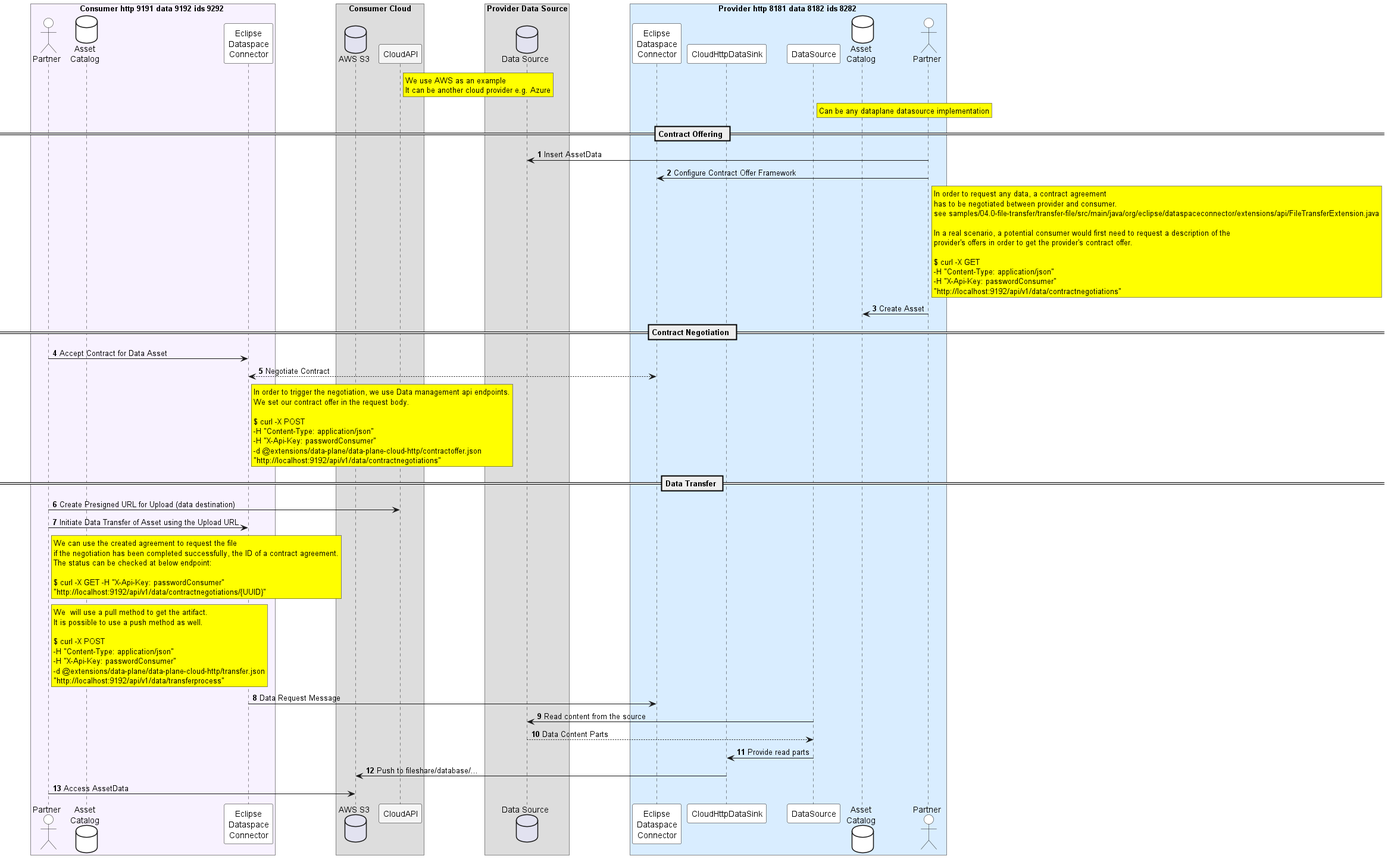
The PlantUML diagram extensions/data-plane/data-plane-cloud-http/docs/flow.png in eclipse-edc/Connector, before a commit.
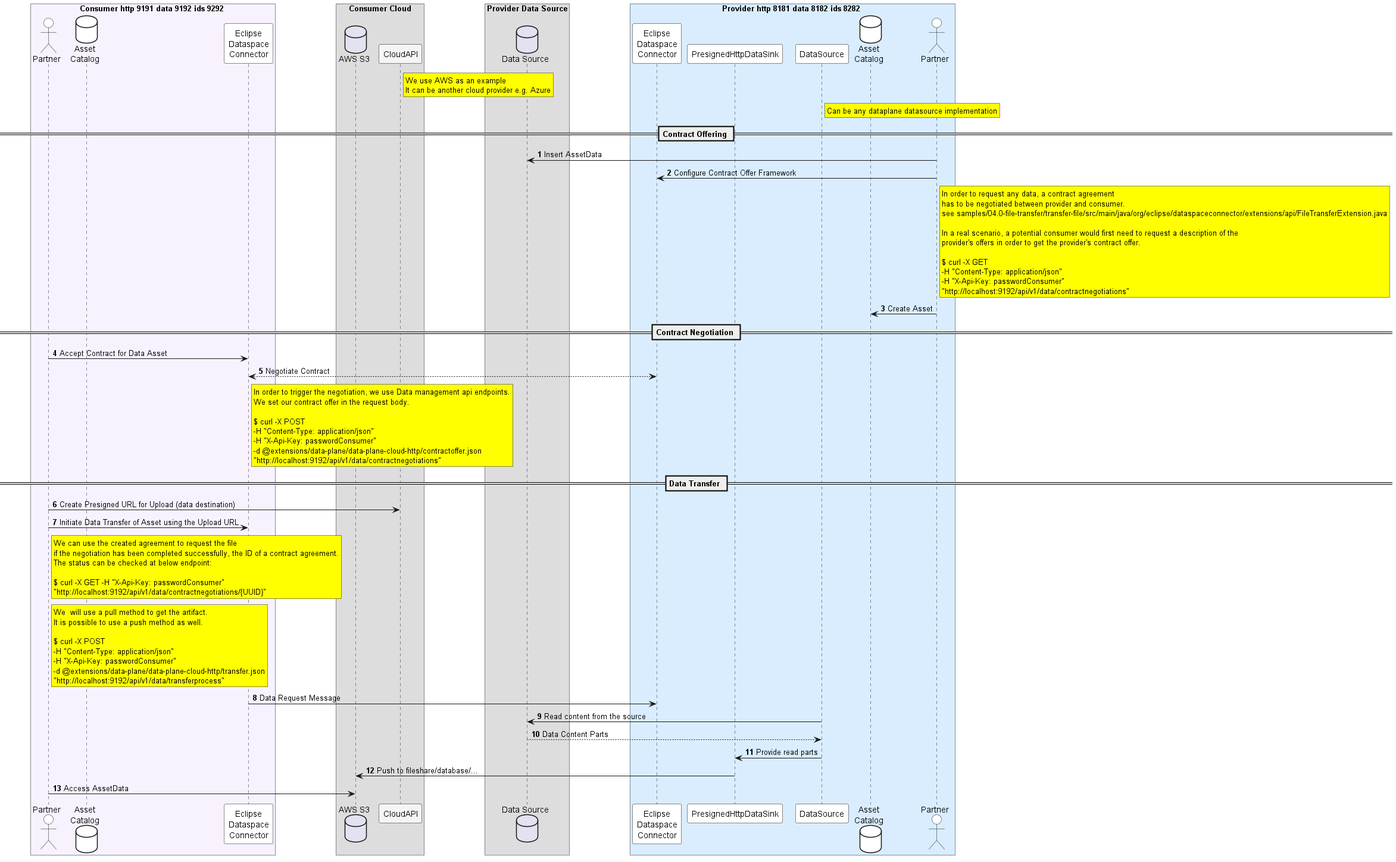
After the commit.

The edit, as a diff of the source:
```diff
@@ -39,7 +39,7 @@
 
 box Provider http 8181 data 8182 ids 8282 #ProviderColor
     participant ConnectorProvider as "Eclipse\nDataspace\nConnector" #white
-    participant CloudHttpDataSink as "CloudHttpDataSink" #white
+    participant PresignedHttpDataSink as "PresignedHttpDataSink" #white
     participant DataSource as "DataSource" #white
     database AssetCatalogProvider as "Asset\nCatalog" #white
     actor Partner2 as "Partner" #white
@@ -108,8 +108,8 @@
 ConnectorConsumer -> ConnectorProvider : Data Request Message
 DataSource -> FileShare2 : Read content from the source
 return Data Content Parts
-DataSource -> CloudHttpDataSink : Provide read parts
-CloudHttpDataSink -> FileShare1  : Push to fileshare/database/...
+DataSource -> PresignedHttpDataSink : Provide read parts
+PresignedHttpDataSink -> FileShare1  : Push to fileshare/database/...
 
 Partner1 -> FileShare1 : Access AssetData
 
```
